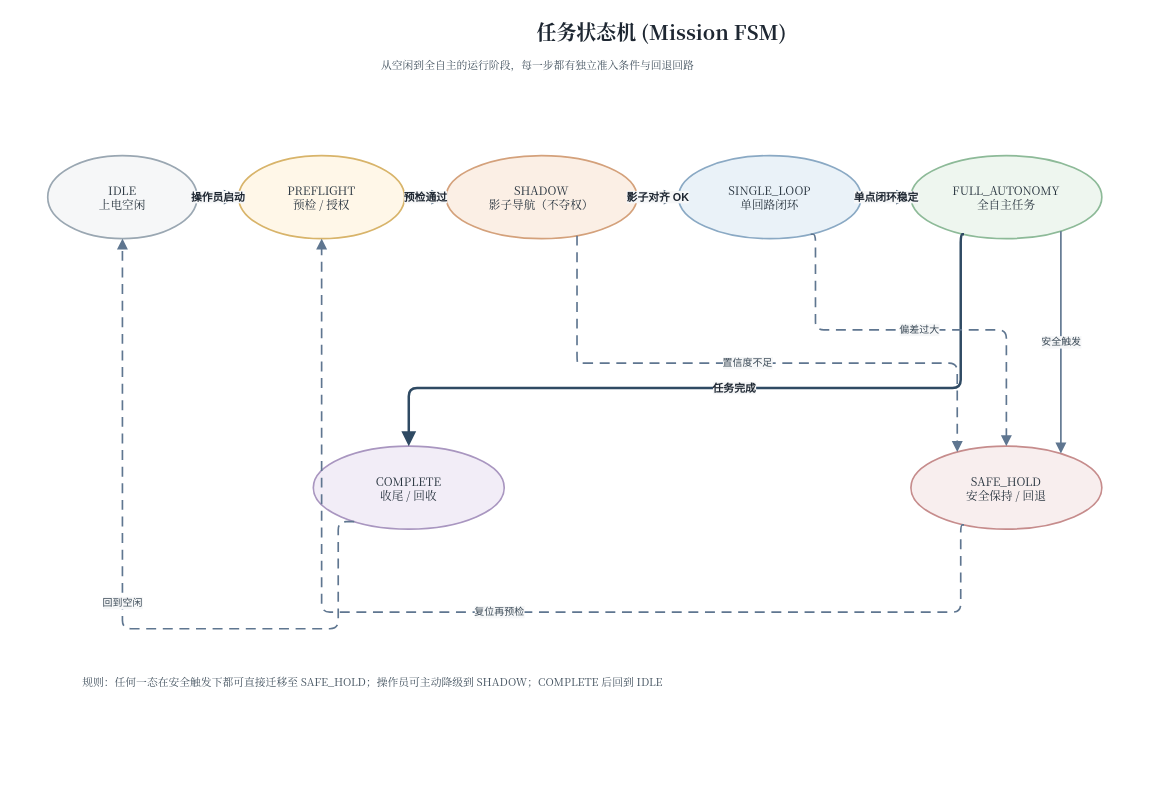
Earlier version of the draw.io diagram docs/thesis/figures/architecture/auv_v2_mission_state_machine.drawio (360ZMEM/AUV-Master-Project). Source tidied: cells renumbered, new cells numbered last; positions are measured from the earlier drawing's top-left corner, leaving out a move shared by most shapes. Both pictures are drawn from the tidied source at 83%, with x=0, y=0 at pixel (47, 14).
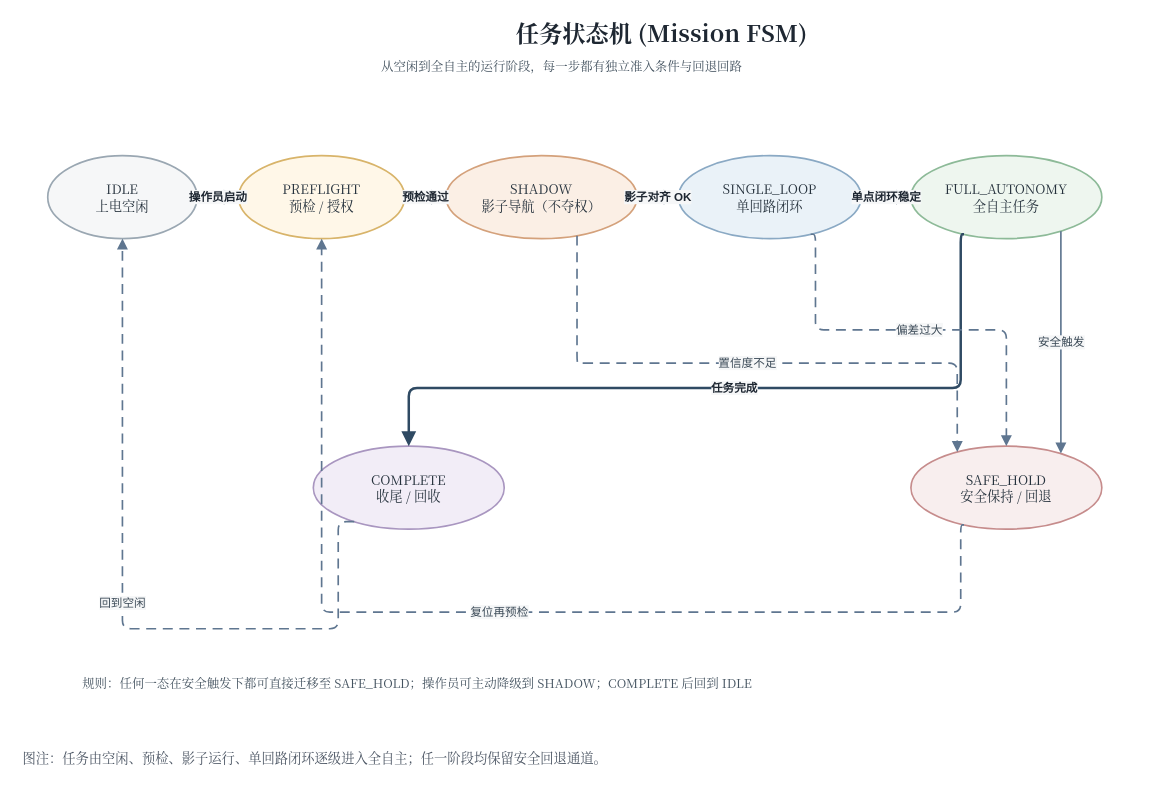
The same page after the edit.

Diff of the diagram source:
```diff
@@
-    <mxCell id="2" value="任务状态机 (Mission FSM)" style="text;html=1;strokeColor=none;fillColor=none;align=center;verticalAlign=middle;whiteSpace=wrap;rounded=0;fontFamily=Noto Serif CJK SC,Times New Roman;fontSize=24;fontStyle=1;fontColor=#1E2732;" parent="1" vertex="1">
+    <mxCell id="2" value="任务状态机 (Mission FSM)" style="text;html=1;strokeColor=none;fillColor=none;align=center;verticalAlign=middle;whiteSpace=wrap;rounded=0;fontFamily=Noto Serif CJK SC,Times New Roman;fontSize=28;fontStyle=1;fontColor=#1E2732;" parent="1" vertex="1">
       <mxGeometry x="420" width="640" height="42" as="geometry" />
     </mxCell>
-    <mxCell id="3" value="从空闲到全自主的运行阶段，每一步都有独立准入条件与回退回路" style="text;html=1;strokeColor=none;fillColor=none;align=left;verticalAlign=top;whiteSpace=wrap;rounded=0;fontFamily=Noto Serif CJK SC,Times New Roman;fontSize=13;fontColor=#43525F;" parent="1" vertex="1">
+    <mxCell id="3" value="从空闲到全自主的运行阶段，每一步都有独立准入条件与回退回路" style="text;html=1;strokeColor=none;fillColor=none;align=left;verticalAlign=top;whiteSpace=wrap;rounded=0;fontFamily=Noto Serif CJK SC,Times New Roman;fontSize=15;fontColor=#43525F;" parent="1" vertex="1">
       <mxGeometry x="400" y="46" width="720" height="34" as="geometry" />
     </mxCell>
-    <mxCell id="4" value="IDLE&#10;上电空闲" style="ellipse;whiteSpace=wrap;html=1;fillColor=#F6F7F8;strokeColor=#9AA7B2;strokeWidth=2;fontFamily=Noto Serif CJK SC,Times New Roman;fontSize=14;fontColor=#26323D;" parent="1" vertex="1">
+    <mxCell id="4" value="IDLE&#10;上电空闲" style="ellipse;whiteSpace=wrap;html=1;fillColor=#F6F7F8;strokeColor=#9AA7B2;strokeWidth=2;fontFamily=Noto Serif CJK SC,Times New Roman;fontSize=16;fontColor=#26323D;" parent="1" vertex="1">
       <mxGeometry y="170" width="180" height="100" as="geometry" />
     </mxCell>
-    <mxCell id="5" value="PREFLIGHT&#10;预检 / 授权" style="ellipse;whiteSpace=wrap;html=1;fillColor=#FFF7E8;strokeColor=#D8B46A;strokeWidth=2;fontFamily=Noto Serif CJK SC,Times New Roman;fontSize=14;fontColor=#26323D;" parent="1" vertex="1">
+    <mxCell id="5" value="PREFLIGHT&#10;预检 / 授权" style="ellipse;whiteSpace=wrap;html=1;fillColor=#FFF7E8;strokeColor=#D8B46A;strokeWidth=2;fontFamily=Noto Serif CJK SC,Times New Roman;fontSize=16;fontColor=#26323D;" parent="1" vertex="1">
       <mxGeometry x="230" y="170" width="200" height="100" as="geometry" />
     </mxCell>
-    <mxCell id="6" value="SHADOW&#10;影子导航（不夺权）" style="ellipse;whiteSpace=wrap;html=1;fillColor=#FBEFE5;strokeColor=#D4A17B;strokeWidth=2;fontFamily=Noto Serif CJK SC,Times New Roman;fontSize=14;fontColor=#26323D;" parent="1" vertex="1">
+    <mxCell id="6" value="SHADOW&#10;影子导航（不夺权）" style="ellipse;whiteSpace=wrap;html=1;fillColor=#FBEFE5;strokeColor=#D4A17B;strokeWidth=2;fontFamily=Noto Serif CJK SC,Times New Roman;fontSize=16;fontColor=#26323D;" parent="1" vertex="1">
       <mxGeometry x="480" y="170" width="230" height="100" as="geometry" />
     </mxCell>
-    <mxCell id="7" value="SINGLE_LOOP&#10;单回路闭环" style="ellipse;whiteSpace=wrap;html=1;fillColor=#EAF2F8;strokeColor=#8AA9C4;strokeWidth=2;fontFamily=Noto Serif CJK SC,Times New Roman;fontSize=14;fontColor=#26323D;" parent="1" vertex="1">
+    <mxCell id="7" value="SINGLE_LOOP&#10;单回路闭环" style="ellipse;whiteSpace=wrap;html=1;fillColor=#EAF2F8;strokeColor=#8AA9C4;strokeWidth=2;fontFamily=Noto Serif CJK SC,Times New Roman;fontSize=16;fontColor=#26323D;" parent="1" vertex="1">
       <mxGeometry x="760" y="170" width="220" height="100" as="geometry" />
     </mxCell>
-    <mxCell id="8" value="FULL_AUTONOMY&#10;全自主任务" style="ellipse;whiteSpace=wrap;html=1;fillColor=#EEF6EF;strokeColor=#8DBA98;strokeWidth=2;fontFamily=Noto Serif CJK SC,Times New Roman;fontSize=14;fontColor=#26323D;" parent="1" vertex="1">
+    <mxCell id="8" value="FULL_AUTONOMY&#10;全自主任务" style="ellipse;whiteSpace=wrap;html=1;fillColor=#EEF6EF;strokeColor=#8DBA98;strokeWidth=2;fontFamily=Noto Serif CJK SC,Times New Roman;fontSize=16;fontColor=#26323D;" parent="1" vertex="1">
       <mxGeometry x="1040" y="170" width="230" height="100" as="geometry" />
     </mxCell>
-    <mxCell id="9" value="COMPLETE&#10;收尾 / 回收" style="ellipse;whiteSpace=wrap;html=1;fillColor=#F2EDF7;strokeColor=#A996C0;strokeWidth=2;fontFamily=Noto Serif CJK SC,Times New Roman;fontSize=14;fontColor=#26323D;" parent="1" vertex="1">
+    <mxCell id="9" value="COMPLETE&#10;收尾 / 回收" style="ellipse;whiteSpace=wrap;html=1;fillColor=#F2EDF7;strokeColor=#A996C0;strokeWidth=2;fontFamily=Noto Serif CJK SC,Times New Roman;fontSize=16;fontColor=#26323D;" parent="1" vertex="1">
       <mxGeometry x="320" y="520" width="230" height="100" as="geometry" />
     </mxCell>
-    <mxCell id="10" value="SAFE_HOLD&#10;安全保持 / 回退" style="ellipse;whiteSpace=wrap;html=1;fillColor=#F8EEEE;strokeColor=#C68C8C;strokeWidth=2;fontFamily=Noto Serif CJK SC,Times New Roman;fontSize=14;fontColor=#26323D;" parent="1" vertex="1">
+    <mxCell id="10" value="SAFE_HOLD&#10;安全保持 / 回退" style="ellipse;whiteSpace=wrap;html=1;fillColor=#F8EEEE;strokeColor=#C68C8C;strokeWidth=2;fontFamily=Noto Serif CJK SC,Times New Roman;fontSize=16;fontColor=#26323D;" parent="1" vertex="1">
       <mxGeometry x="1040" y="520" width="230" height="100" as="geometry" />
     </mxCell>
-    <mxCell id="11" value="规则：任何一态在安全触发下都可直接迁移至 SAFE_HOLD；操作员可主动降级到 SHADOW；COMPLETE 后回到 IDLE" style="text;html=1;strokeColor=none;fillColor=none;align=left;verticalAlign=top;whiteSpace=wrap;rounded=0;fontFamily=Noto Serif CJK SC,Times New Roman;fontSize=13;fontColor=#43525F;" parent="1" vertex="1">
+    <mxCell id="11" value="规则：任何一态在安全触发下都可直接迁移至 SAFE_HOLD；操作员可主动降级到 SHADOW；COMPLETE 后回到 IDLE" style="text;html=1;strokeColor=none;fillColor=none;align=left;verticalAlign=top;whiteSpace=wrap;rounded=0;fontFamily=Noto Serif CJK SC,Times New Roman;fontSize=15;fontColor=#43525F;" parent="1" vertex="1">
       <mxGeometry x="40" y="790" width="1300" height="40" as="geometry" />
     </mxCell>
-    <mxCell id="12" value="操作员启动" style="edgeStyle=orthogonalEdgeStyle;rounded=1;jettySize=auto;html=1;strokeColor=#2F4A63;fontColor=#1E2732;fontSize=13;fontStyle=1;strokeWidth=3;labelBackgroundColor=#F6F7F8;labelBorderColor=none;endArrow=block;endFill=1;endSize=10;exitX=1;exitY=0.5;entryX=0;entryY=0.5;" parent="1" edge="1" source="4" target="5">
+    <mxCell id="12" value="操作员启动" style="edgeStyle=orthogonalEdgeStyle;rounded=1;jettySize=auto;html=1;strokeColor=#2F4A63;fontColor=#1E2732;fontSize=14;fontStyle=1;strokeWidth=3;labelBackgroundColor=#F6F7F8;labelBorderColor=none;endArrow=block;endFill=1;endSize=10;exitX=1;exitY=0.5;entryX=0;entryY=0.5;" parent="1" edge="1" source="4" target="5">
       <mxGeometry relative="1" as="geometry" />
     </mxCell>
-    <mxCell id="13" value="预检通过" style="edgeStyle=orthogonalEdgeStyle;rounded=1;jettySize=auto;html=1;strokeColor=#2F4A63;fontColor=#1E2732;fontSize=13;fontStyle=1;strokeWidth=3;labelBackgroundColor=#F6F7F8;labelBorderColor=none;endArrow=block;endFill=1;endSize=10;exitX=1;exitY=0.5;entryX=0;entryY=0.5;" parent="1" edge="1" source="5" target="6">
+    <mxCell id="13" value="预检通过" style="edgeStyle=orthogonalEdgeStyle;rounded=1;jettySize=auto;html=1;strokeColor=#2F4A63;fontColor=#1E2732;fontSize=14;fontStyle=1;strokeWidth=3;labelBackgroundColor=#F6F7F8;labelBorderColor=none;endArrow=block;endFill=1;endSize=10;exitX=1;exitY=0.5;entryX=0;entryY=0.5;" parent="1" edge="1" source="5" target="6">
       <mxGeometry relative="1" as="geometry" />
     </mxCell>
-    <mxCell id="14" value="影子对齐 OK" style="edgeStyle=orthogonalEdgeStyle;rounded=1;jettySize=auto;html=1;strokeColor=#2F4A63;fontColor=#1E2732;fontSize=13;fontStyle=1;strokeWidth=3;labelBackgroundColor=#F6F7F8;labelBorderColor=none;endArrow=block;endFill=1;endSize=10;exitX=1;exitY=0.5;entryX=0;entryY=0.5;" parent="1" edge="1" source="6" target="7">
+    <mxCell id="14" value="影子对齐 OK" style="edgeStyle=orthogonalEdgeStyle;rounded=1;jettySize=auto;html=1;strokeColor=#2F4A63;fontColor=#1E2732;fontSize=14;fontStyle=1;strokeWidth=3;labelBackgroundColor=#F6F7F8;labelBorderColor=none;endArrow=block;endFill=1;endSize=10;exitX=1;exitY=0.5;entryX=0;entryY=0.5;" parent="1" edge="1" source="6" target="7">
       <mxGeometry relative="1" as="geometry" />
     </mxCell>
-    <mxCell id="15" value="单点闭环稳定" style="edgeStyle=orthogonalEdgeStyle;rounded=1;jettySize=auto;html=1;strokeColor=#2F4A63;fontColor=#1E2732;fontSize=13;fontStyle=1;strokeWidth=3;labelBackgroundColor=#F6F7F8;labelBorderColor=none;endArrow=block;endFill=1;endSize=10;exitX=1;exitY=0.5;entryX=0;entryY=0.5;" parent="1" edge="1" source="7" target="8">
+    <mxCell id="15" value="单点闭环稳定" style="edgeStyle=orthogonalEdgeStyle;rounded=1;jettySize=auto;html=1;strokeColor=#2F4A63;fontColor=#1E2732;fontSize=14;fontStyle=1;strokeWidth=3;labelBackgroundColor=#F6F7F8;labelBorderColor=none;endArrow=block;endFill=1;endSize=10;exitX=1;exitY=0.5;entryX=0;entryY=0.5;" parent="1" edge="1" source="7" target="8">
       <mxGeometry relative="1" as="geometry" />
     </mxCell>
-    <mxCell id="16" value="任务完成" style="edgeStyle=orthogonalEdgeStyle;rounded=1;jettySize=auto;html=1;strokeColor=#2F4A63;fontColor=#1E2732;fontSize=13;fontStyle=1;strokeWidth=3;labelBackgroundColor=#F6F7F8;labelBorderColor=none;endArrow=block;endFill=1;endSize=10;exitX=0.25;exitY=1;entryX=0.5;entryY=0;" parent="1" edge="1" source="8" target="9">
+    <mxCell id="16" value="任务完成" style="edgeStyle=orthogonalEdgeStyle;rounded=1;jettySize=auto;html=1;strokeColor=#2F4A63;fontColor=#1E2732;fontSize=14;fontStyle=1;strokeWidth=3;labelBackgroundColor=#F6F7F8;labelBorderColor=none;endArrow=block;endFill=1;endSize=10;exitX=0.25;exitY=1;entryX=0.5;entryY=0;" parent="1" edge="1" source="8" target="9">
       <mxGeometry relative="1" as="geometry">
         <Array as="points">
           <mxPoint x="1100" y="450" />
           <mxPoint x="435" y="450" />
         </Array>
       </mxGeometry>
     </mxCell>
-    <mxCell id="17" value="安全触发" style="edgeStyle=orthogonalEdgeStyle;rounded=1;jettySize=auto;html=1;strokeColor=#5F7690;fontColor=#3B4A57;fontSize=12;strokeWidth=2;labelBackgroundColor=#F6F7F8;labelBorderColor=none;endArrow=block;endFill=1;endSize=8;exitX=0.85;exitY=1;entryX=0.85;entryY=0;" parent="1" edge="1" source="8" target="10">
+    <mxCell id="17" value="安全触发" style="edgeStyle=orthogonalEdgeStyle;rounded=1;jettySize=auto;html=1;strokeColor=#5F7690;fontColor=#3B4A57;fontSize=14;strokeWidth=2;labelBackgroundColor=#F6F7F8;labelBorderColor=none;endArrow=block;endFill=1;endSize=8;exitX=0.85;exitY=1;entryX=0.85;entryY=0;" parent="1" edge="1" source="8" target="10">
       <mxGeometry relative="1" as="geometry" />
     </mxCell>
-    <mxCell id="18" value="偏差过大" style="edgeStyle=orthogonalEdgeStyle;rounded=1;jettySize=auto;html=1;strokeColor=#5F7690;fontColor=#3B4A57;fontSize=12;strokeWidth=2;labelBackgroundColor=#F6F7F8;labelBorderColor=none;endArrow=block;endFill=1;endSize=8;dashed=1;dashPattern=6 4;exitX=0.75;exitY=1;entryX=0.5;entryY=0;" parent="1" edge="1" source="7" target="10">
+    <mxCell id="18" value="偏差过大" style="edgeStyle=orthogonalEdgeStyle;rounded=1;jettySize=auto;html=1;strokeColor=#5F7690;fontColor=#3B4A57;fontSize=14;strokeWidth=2;labelBackgroundColor=#F6F7F8;labelBorderColor=none;endArrow=block;endFill=1;endSize=8;dashed=1;dashPattern=6 4;exitX=0.75;exitY=1;entryX=0.5;entryY=0;" parent="1" edge="1" source="7" target="10">
       <mxGeometry relative="1" as="geometry">
         <Array as="points">
           <mxPoint x="925" y="380" />
           <mxPoint x="1155" y="380" />
         </Array>
       </mxGeometry>
     </mxCell>
-    <mxCell id="19" value="置信度不足" style="edgeStyle=orthogonalEdgeStyle;rounded=1;jettySize=auto;html=1;strokeColor=#5F7690;fontColor=#3B4A57;fontSize=12;strokeWidth=2;labelBackgroundColor=#F6F7F8;labelBorderColor=none;endArrow=block;endFill=1;endSize=8;dashed=1;dashPattern=6 4;exitX=0.7;exitY=1;entryX=0.2;entryY=0;" parent="1" edge="1" source="6" target="10">
+    <mxCell id="19" value="置信度不足" style="edgeStyle=orthogonalEdgeStyle;rounded=1;jettySize=auto;html=1;strokeColor=#5F7690;fontColor=#3B4A57;fontSize=14;strokeWidth=2;labelBackgroundColor=#F6F7F8;labelBorderColor=none;endArrow=block;endFill=1;endSize=8;dashed=1;dashPattern=6 4;exitX=0.7;exitY=1;entryX=0.2;entryY=0;" parent="1" edge="1" source="6" target="10">
       <mxGeometry relative="1" as="geometry">
         <Array as="points">
           <mxPoint x="640" y="420" />
           <mxPoint x="1090" y="420" />
         </Array>
       </mxGeometry>
     </mxCell>
-    <mxCell id="20" value="复位再预检" style="edgeStyle=orthogonalEdgeStyle;rounded=1;jettySize=auto;html=1;strokeColor=#5F7690;fontColor=#3B4A57;fontSize=12;strokeWidth=2;labelBackgroundColor=#F6F7F8;labelBorderColor=none;endArrow=block;endFill=1;endSize=8;dashed=1;dashPattern=6 4;exitX=0.25;exitY=1;entryX=0.5;entryY=1;" parent="1" edge="1" source="10" target="5">
+    <mxCell id="20" value="复位再预检" style="edgeStyle=orthogonalEdgeStyle;rounded=1;jettySize=auto;html=1;strokeColor=#5F7690;fontColor=#3B4A57;fontSize=14;strokeWidth=2;labelBackgroundColor=#F6F7F8;labelBorderColor=none;endArrow=block;endFill=1;endSize=8;dashed=1;dashPattern=6 4;exitX=0.25;exitY=1;entryX=0.5;entryY=1;" parent="1" edge="1" source="10" target="5">
       <mxGeometry relative="1" as="geometry">
         <Array as="points">
           <mxPoint x="1100" y="720" />
           <mxPoint x="330" y="720" />
         </Array>
       </mxGeometry>
     </mxCell>
-    <mxCell id="21" value="回到空闲" style="edgeStyle=orthogonalEdgeStyle;rounded=1;jettySize=auto;html=1;strokeColor=#5F7690;fontColor=#3B4A57;fontSize=12;strokeWidth=2;labelBackgroundColor=#F6F7F8;labelBorderColor=none;endArrow=block;endFill=1;endSize=8;dashed=1;dashPattern=6 4;exitX=0.15;exitY=1;entryX=0.5;entryY=1;" parent="1" edge="1" source="9" target="4">
+    <mxCell id="21" value="回到空闲" style="edgeStyle=orthogonalEdgeStyle;rounded=1;jettySize=auto;html=1;strokeColor=#5F7690;fontColor=#3B4A57;fontSize=14;strokeWidth=2;labelBackgroundColor=#F6F7F8;labelBorderColor=none;endArrow=block;endFill=1;endSize=8;dashed=1;dashPattern=6 4;exitX=0.15;exitY=1;entryX=0.5;entryY=1;" parent="1" edge="1" source="9" target="4">
       <mxGeometry relative="1" as="geometry">
         <Array as="points">
           <mxPoint x="350" y="740" />
           <mxPoint x="90" y="740" />
         </Array>
       </mxGeometry>
     </mxCell>
+    <mxCell id="22" value="图注：任务由空闲、预检、影子运行、单回路闭环逐级进入全自主；任一阶段均保留安全回退通道。" style="text;html=1;align=left;verticalAlign=middle;whiteSpace=wrap;fontFamily=Noto Serif CJK SC;fontSize=16;fontColor=#4B5563;spacingLeft=8;spacingRight=8;" parent="1" vertex="1">
+      <mxGeometry x="-40" y="860" width="1360" height="70" as="geometry" />
+    </mxCell>
```
